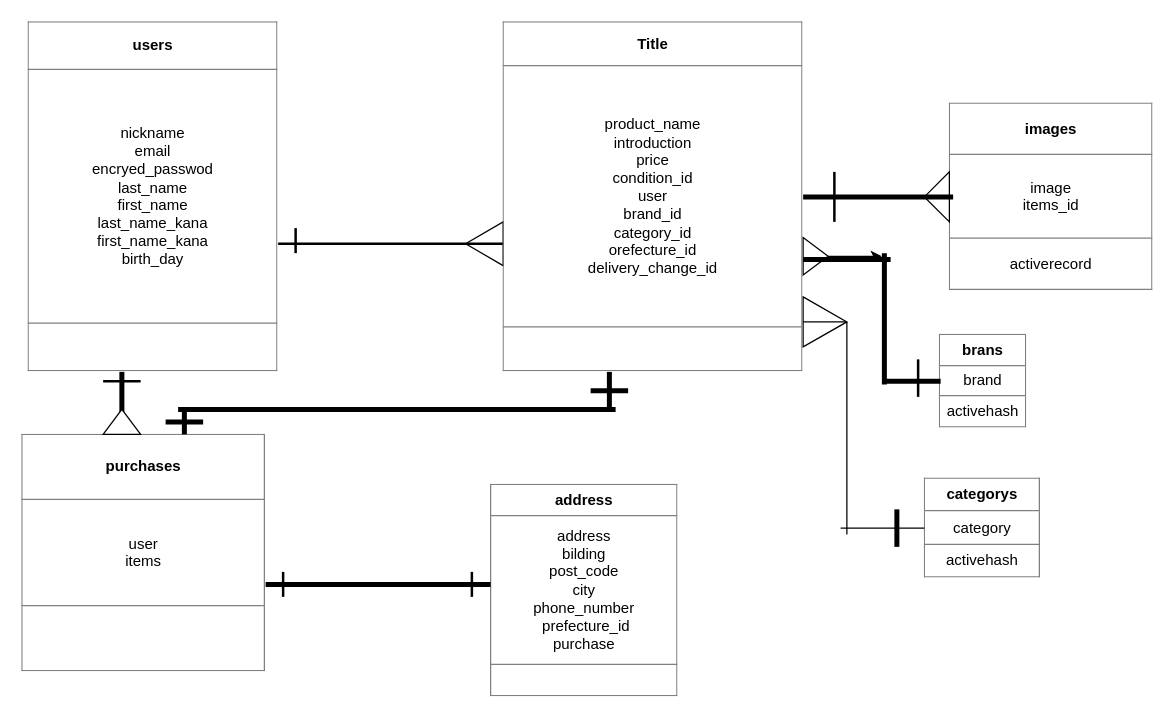
The draw.io diagram frima_er.dio in psycoprogram0832/furima-37824, before the edit. Source tidied: cells renumbered, new cells numbered last; positions are measured from the earlier drawing's top-left corner, leaving out a move shared by most shapes. Both pictures are drawn from the tidied source at 125%, with x=0, y=0 at pixel (21, 21).
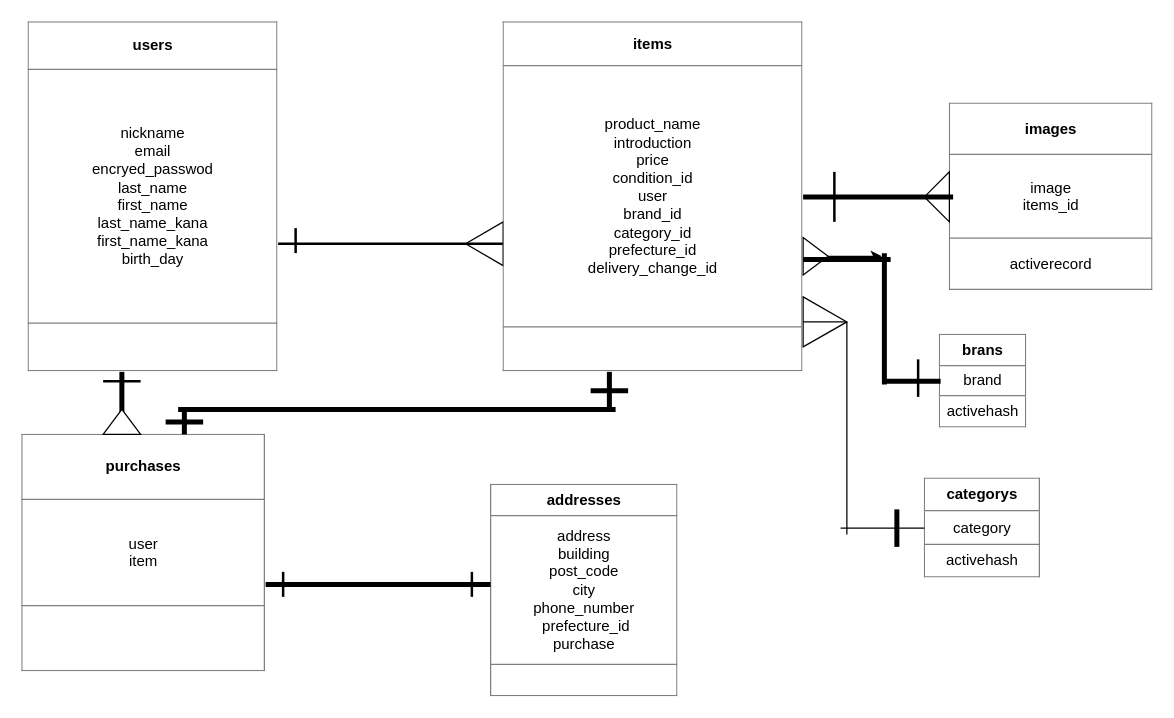
The same page after the edit.

Change to the diagram source:
```diff
@@
-    <mxCell id="5" value="&lt;table border=&quot;1&quot; width=&quot;100%&quot; cellpadding=&quot;4&quot; style=&quot;width: 100% ; height: 100% ; border-collapse: collapse&quot;&gt;&lt;tbody&gt;&lt;tr&gt;&lt;th align=&quot;center&quot;&gt;address&lt;/th&gt;&lt;/tr&gt;&lt;tr&gt;&lt;td align=&quot;center&quot;&gt;address&lt;br&gt;bilding&lt;br&gt;post_code&lt;br&gt;city&lt;br&gt;phone_number&lt;br&gt;&amp;nbsp;prefecture_id&lt;br&gt;purchase&lt;/td&gt;&lt;/tr&gt;&lt;tr&gt;&lt;td align=&quot;center&quot;&gt;&lt;br&gt;&lt;/td&gt;&lt;/tr&gt;&lt;/tbody&gt;&lt;/table&gt;" style="text;html=1;strokeColor=none;fillColor=none;overflow=fill;" parent="1" vertex="1">
+    <mxCell id="5" value="&lt;table border=&quot;1&quot; width=&quot;100%&quot; cellpadding=&quot;4&quot; style=&quot;width: 100% ; height: 100% ; border-collapse: collapse&quot;&gt;&lt;tbody&gt;&lt;tr&gt;&lt;th align=&quot;center&quot;&gt;addresses&lt;/th&gt;&lt;/tr&gt;&lt;tr&gt;&lt;td align=&quot;center&quot;&gt;address&lt;br&gt;building&lt;br&gt;post_code&lt;br&gt;city&lt;br&gt;phone_number&lt;br&gt;&amp;nbsp;prefecture_id&lt;br&gt;purchase&lt;/td&gt;&lt;/tr&gt;&lt;tr&gt;&lt;td align=&quot;center&quot;&gt;&lt;br&gt;&lt;/td&gt;&lt;/tr&gt;&lt;/tbody&gt;&lt;/table&gt;" style="text;html=1;strokeColor=none;fillColor=none;overflow=fill;" parent="1" vertex="1">
       <mxGeometry x="375" y="370" width="150" height="170" as="geometry" />
     </mxCell>
@@
-    <mxCell id="26" value="&lt;table border=&quot;1&quot; width=&quot;100%&quot; cellpadding=&quot;4&quot; style=&quot;width: 100% ; height: 100% ; border-collapse: collapse&quot;&gt;&lt;tbody&gt;&lt;tr&gt;&lt;th align=&quot;center&quot;&gt;purchases&lt;/th&gt;&lt;/tr&gt;&lt;tr&gt;&lt;td align=&quot;center&quot;&gt;user&lt;br&gt;items&lt;/td&gt;&lt;/tr&gt;&lt;tr&gt;&lt;td align=&quot;center&quot;&gt;&lt;br&gt;&lt;/td&gt;&lt;/tr&gt;&lt;/tbody&gt;&lt;/table&gt;" style="text;html=1;strokeColor=none;fillColor=none;overflow=fill;" parent="1" vertex="1">
+    <mxCell id="26" value="&lt;table border=&quot;1&quot; width=&quot;100%&quot; cellpadding=&quot;4&quot; style=&quot;width: 100% ; height: 100% ; border-collapse: collapse&quot;&gt;&lt;tbody&gt;&lt;tr&gt;&lt;th align=&quot;center&quot;&gt;purchases&lt;/th&gt;&lt;/tr&gt;&lt;tr&gt;&lt;td align=&quot;center&quot;&gt;user&lt;br&gt;item&lt;/td&gt;&lt;/tr&gt;&lt;tr&gt;&lt;td align=&quot;center&quot;&gt;&lt;br&gt;&lt;/td&gt;&lt;/tr&gt;&lt;/tbody&gt;&lt;/table&gt;" style="text;html=1;strokeColor=none;fillColor=none;overflow=fill;" parent="1" vertex="1">
       <mxGeometry y="330" width="195" height="190" as="geometry" />
     </mxCell>
@@
-    <mxCell id="36" value="&lt;table border=&quot;1&quot; width=&quot;100%&quot; cellpadding=&quot;4&quot; style=&quot;width: 100% ; height: 100% ; border-collapse: collapse&quot;&gt;&lt;tbody&gt;&lt;tr&gt;&lt;th align=&quot;center&quot;&gt;&lt;b&gt;Title&lt;/b&gt;&lt;/th&gt;&lt;/tr&gt;&lt;tr&gt;&lt;td align=&quot;center&quot;&gt;product_name&lt;br&gt;introduction&lt;br&gt;price&lt;br&gt;condition_id&lt;br&gt;user&lt;br&gt;brand_id&lt;br&gt;category_id&lt;br&gt;orefecture_id&lt;br&gt;delivery_change_id&lt;/td&gt;&lt;/tr&gt;&lt;tr&gt;&lt;td align=&quot;center&quot;&gt;&lt;br&gt;&lt;/td&gt;&lt;/tr&gt;&lt;/tbody&gt;&lt;/table&gt;" style="text;html=1;strokeColor=none;fillColor=none;overflow=fill;" parent="1" vertex="1">
+    <mxCell id="36" value="&lt;table border=&quot;1&quot; width=&quot;100%&quot; cellpadding=&quot;4&quot; style=&quot;width: 100% ; height: 100% ; border-collapse: collapse&quot;&gt;&lt;tbody&gt;&lt;tr&gt;&lt;th align=&quot;center&quot;&gt;items&lt;/th&gt;&lt;/tr&gt;&lt;tr&gt;&lt;td align=&quot;center&quot;&gt;product_name&lt;br&gt;introduction&lt;br&gt;price&lt;br&gt;condition_id&lt;br&gt;user&lt;br&gt;brand_id&lt;br&gt;category_id&lt;br&gt;prefecture_id&lt;br&gt;delivery_change_id&lt;/td&gt;&lt;/tr&gt;&lt;tr&gt;&lt;td align=&quot;center&quot;&gt;&lt;br&gt;&lt;/td&gt;&lt;/tr&gt;&lt;/tbody&gt;&lt;/table&gt;" style="text;html=1;strokeColor=none;fillColor=none;overflow=fill;" parent="1" vertex="1">
       <mxGeometry x="385" width="240" height="280" as="geometry" />
     </mxCell>
```
